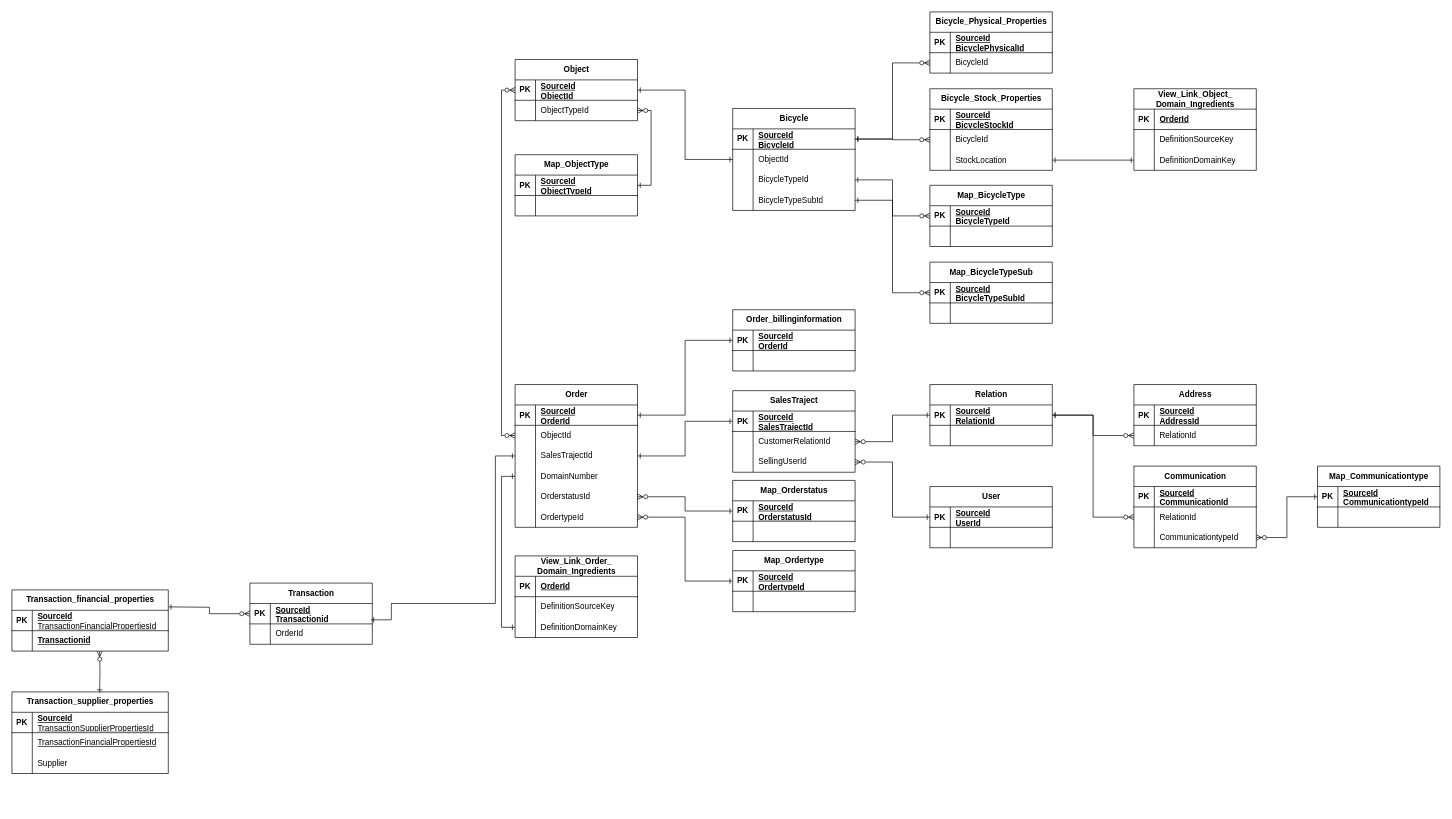
Earlier version of the draw.io diagram page "ERD transactielijst DWH" (1 of 2) of Diagram zonder titel.drawio (roxboers/starter-web). Source tidied: cells renumbered, new cells numbered last; positions are measured from the earlier drawing's top-left corner, leaving out a move shared by most shapes. Both pictures are drawn from the tidied source at 68%, with x=0, y=0 at pixel (12, 12).
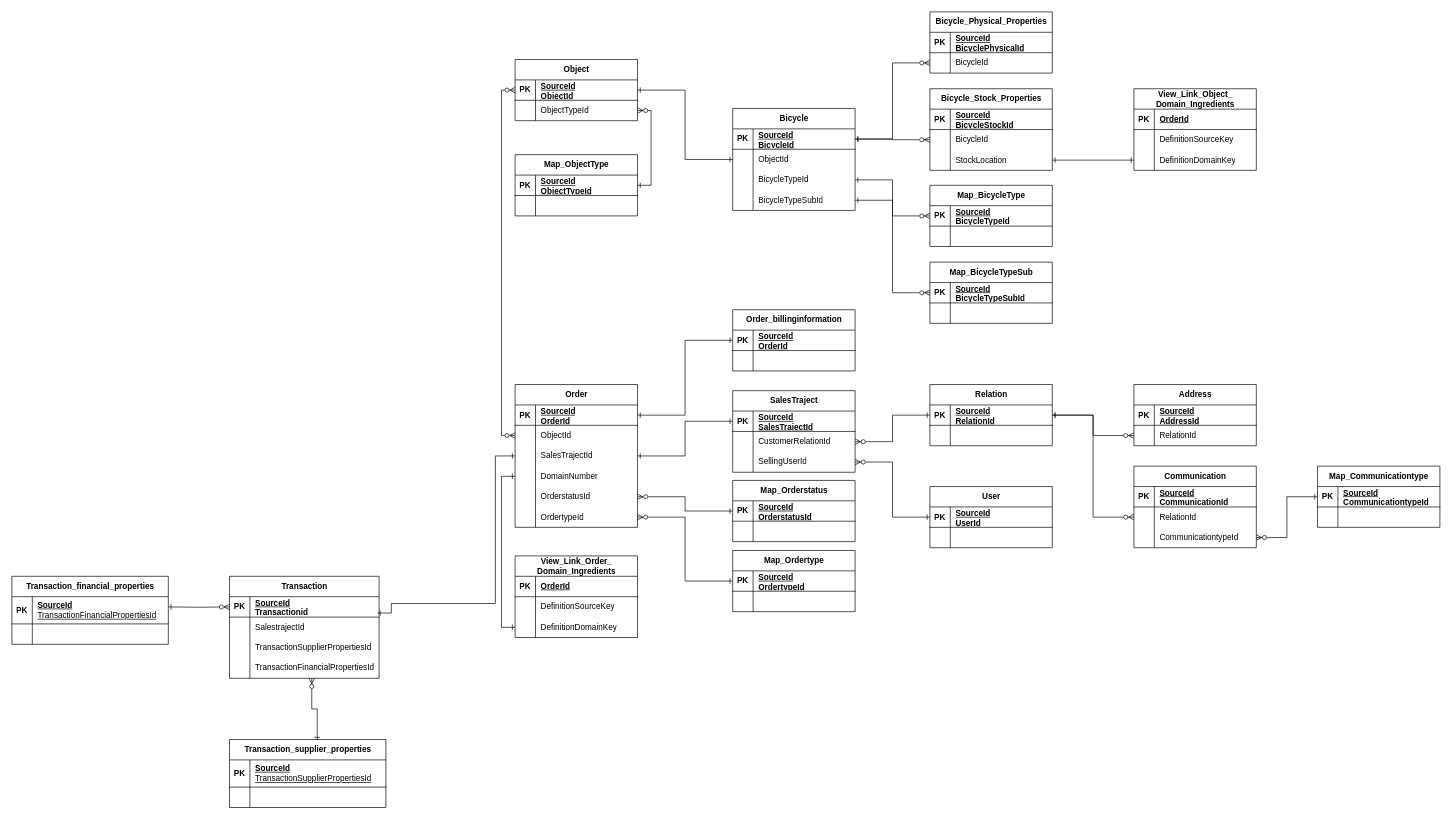
The same page after the edit.

What changed in the source:
```diff
@@
     <mxCell id="186" value="Transaction" style="shape=table;startSize=30;childLayout=tableLayout;rowLines=0;fontStyle=1;align=center;html=1;" parent="1" vertex="1">
-      <mxGeometry x="350" y="840" width="180" height="90" as="geometry" />
+      <mxGeometry x="320" y="830" width="220" height="150" as="geometry" />
     </mxCell>
     <mxCell id="187" style="shape=tableRow;horizontal=0;startSize=0;swimlaneHead=0;swimlaneBody=0;fillColor=none;points=[[0,0.5],[1,0.5]];portConstraint=eastwest;top=0;left=0;right=0;bottom=1;" parent="186" vertex="1">
-      <mxGeometry y="30" width="180" height="30" as="geometry" />
+      <mxGeometry y="30" width="220" height="30" as="geometry" />
     </mxCell>
@@
     <mxCell id="189" value="SourceId&lt;div&gt;&lt;span style=&quot;text-wrap: nowrap;&quot;&gt;Transactionid&lt;/span&gt;&lt;br&gt;&lt;/div&gt;" style="shape=partialRectangle;fillColor=none;top=0;left=0;bottom=0;right=0;align=left;spacingLeft=6;fontStyle=5;overflow=hidden;whiteSpace=wrap;html=1;" parent="187" vertex="1">
-      <mxGeometry x="30" width="150" height="30" as="geometry" />
+      <mxGeometry x="30" width="190" height="30" as="geometry" />
     </mxCell>
     <mxCell id="190" style="shape=tableRow;horizontal=0;startSize=0;swimlaneHead=0;swimlaneBody=0;fillColor=none;top=0;left=0;right=0;bottom=0;" parent="186" vertex="1">
-      <mxGeometry y="60" width="180" height="30" as="geometry" />
+      <mxGeometry y="60" width="220" height="30" as="geometry" />
     </mxCell>
@@
-    <mxCell id="192" value="&lt;span style=&quot;text-wrap: nowrap;&quot;&gt;OrderId&lt;/span&gt;" style="shape=partialRectangle;fillColor=none;top=0;left=0;bottom=0;right=0;align=left;spacingLeft=6;overflow=hidden;whiteSpace=wrap;html=1;" parent="190" vertex="1">
-      <mxGeometry x="30" width="150" height="30" as="geometry" />
+    <mxCell id="192" value="&lt;span style=&quot;text-wrap: nowrap;&quot;&gt;SalestrajectId&lt;/span&gt;" style="shape=partialRectangle;fillColor=none;top=0;left=0;bottom=0;right=0;align=left;spacingLeft=6;overflow=hidden;whiteSpace=wrap;html=1;" parent="190" vertex="1">
+      <mxGeometry x="30" width="190" height="30" as="geometry" />
     </mxCell>
+    <mxCell id="213" style="shape=tableRow;horizontal=0;startSize=0;swimlaneHead=0;swimlaneBody=0;fillColor=none;top=0;left=0;right=0;bottom=0;" parent="186" vertex="1">
+      <mxGeometry y="90" width="220" height="30" as="geometry" />
+    </mxCell>
+    <mxCell id="214" style="shape=partialRectangle;fillColor=none;top=0;left=0;bottom=0;right=0;overflow=hidden;whiteSpace=wrap;html=1;" parent="213" vertex="1">
+      <mxGeometry width="30" height="30" as="geometry" />
+    </mxCell>
+    <mxCell id="215" value="&lt;span style=&quot;text-wrap: nowrap;&quot;&gt;TransactionSupplierPropertiesId&lt;/span&gt;" style="shape=partialRectangle;fillColor=none;top=0;left=0;bottom=0;right=0;align=left;spacingLeft=6;overflow=hidden;whiteSpace=wrap;html=1;" parent="213" vertex="1">
+      <mxGeometry x="30" width="190" height="30" as="geometry" />
+    </mxCell>
+    <mxCell id="216" style="shape=tableRow;horizontal=0;startSize=0;swimlaneHead=0;swimlaneBody=0;fillColor=none;points=[[0,0.5],[1,0.5]];portConstraint=eastwest;top=0;left=0;right=0;bottom=0;" parent="186" vertex="1">
+      <mxGeometry y="120" width="220" height="30" as="geometry" />
+    </mxCell>
+    <mxCell id="217" style="shape=partialRectangle;fillColor=none;top=0;left=0;bottom=0;right=0;overflow=hidden;whiteSpace=wrap;html=1;" parent="216" vertex="1">
+      <mxGeometry width="30" height="30" as="geometry" />
+    </mxCell>
+    <mxCell id="201" value="&lt;span style=&quot;text-wrap: nowrap;&quot;&gt;TransactionFinancialPropertiesId&lt;/span&gt;" style="shape=partialRectangle;fillColor=none;top=0;left=0;bottom=0;right=0;align=left;spacingLeft=6;overflow=hidden;whiteSpace=wrap;html=1;" parent="216" vertex="1">
+      <mxGeometry x="30" width="190" height="30" as="geometry" />
+    </mxCell>
@@
     <mxCell id="195" value="Transaction_supplier_properties" style="shape=table;startSize=30;childLayout=tableLayout;rowLines=0;fontStyle=1;align=center;html=1;" parent="1" vertex="1">
-      <mxGeometry y="1000" width="230" height="120" as="geometry" />
+      <mxGeometry x="320" y="1070" width="230" height="100" as="geometry" />
     </mxCell>
     <mxCell id="196" style="shape=tableRow;horizontal=0;startSize=0;swimlaneHead=0;swimlaneBody=0;fillColor=none;top=0;left=0;right=0;bottom=1;" parent="195" vertex="1">
-      <mxGeometry y="30" width="230" height="30" as="geometry" />
+      <mxGeometry y="30" width="230" height="40" as="geometry" />
     </mxCell>
     <mxCell id="197" value="PK" style="shape=partialRectangle;fillColor=none;top=0;left=0;bottom=0;right=0;fontStyle=1;overflow=hidden;whiteSpace=wrap;html=1;" parent="196" vertex="1">
-      <mxGeometry width="30" height="30" as="geometry" />
+      <mxGeometry width="30" height="40" as="geometry" />
     </mxCell>
     <mxCell id="198" value="SourceId&lt;div&gt;&lt;span style=&quot;font-weight: 400;&quot;&gt;TransactionSupplierPropertiesId&lt;/span&gt;&lt;br&gt;&lt;/div&gt;" style="shape=partialRectangle;fillColor=none;top=0;left=0;bottom=0;right=0;align=left;spacingLeft=6;fontStyle=5;overflow=hidden;whiteSpace=wrap;html=1;" parent="196" vertex="1">
-      <mxGeometry x="30" width="200" height="30" as="geometry" />
+      <mxGeometry x="30" width="200" height="40" as="geometry" />
     </mxCell>
-    <mxCell id="199" style="shape=tableRow;horizontal=0;startSize=0;swimlaneHead=0;swimlaneBody=0;fillColor=none;top=0;left=0;right=0;bottom=0;" parent="195" vertex="1">
-      <mxGeometry y="60" width="230" height="30" as="geometry" />
-    </mxCell>
-    <mxCell id="200" style="shape=partialRectangle;fillColor=none;top=0;left=0;bottom=0;right=0;overflow=hidden;whiteSpace=wrap;html=1;" parent="199" vertex="1">
-      <mxGeometry width="30" height="30" as="geometry" />
-    </mxCell>
-    <mxCell id="201" value="&lt;span style=&quot;text-decoration-line: underline;&quot;&gt;TransactionFinancialPropertiesId&lt;/span&gt;" style="shape=partialRectangle;fillColor=none;top=0;left=0;bottom=0;right=0;align=left;spacingLeft=6;overflow=hidden;whiteSpace=wrap;html=1;" parent="199" vertex="1">
-      <mxGeometry x="30" width="200" height="30" as="geometry" />
-    </mxCell>
     <mxCell id="202" style="shape=tableRow;horizontal=0;startSize=0;swimlaneHead=0;swimlaneBody=0;fillColor=none;top=0;left=0;right=0;bottom=0;" parent="195" vertex="1">
-      <mxGeometry y="90" width="230" height="30" as="geometry" />
+      <mxGeometry y="70" width="230" height="30" as="geometry" />
     </mxCell>
@@
-    <mxCell id="204" value="Supplier" style="shape=partialRectangle;fillColor=none;top=0;left=0;bottom=0;right=0;align=left;spacingLeft=6;overflow=hidden;whiteSpace=wrap;html=1;" parent="202" vertex="1">
+    <mxCell id="204" style="shape=partialRectangle;fillColor=none;top=0;left=0;bottom=0;right=0;align=left;spacingLeft=6;overflow=hidden;whiteSpace=wrap;html=1;" parent="202" vertex="1">
       <mxGeometry x="30" width="200" height="30" as="geometry" />
     </mxCell>
     <mxCell id="205" value="Transaction_financial_properties" style="shape=table;startSize=30;childLayout=tableLayout;rowLines=0;fontStyle=1;align=center;html=1;" parent="1" vertex="1">
-      <mxGeometry y="850" width="230" height="90" as="geometry" />
+      <mxGeometry y="830" width="230" height="100" as="geometry" />
     </mxCell>
     <mxCell id="206" style="shape=tableRow;horizontal=0;startSize=0;swimlaneHead=0;swimlaneBody=0;fillColor=none;top=0;left=0;right=0;bottom=1;" parent="205" vertex="1">
-      <mxGeometry y="30" width="230" height="30" as="geometry" />
+      <mxGeometry y="30" width="230" height="40" as="geometry" />
     </mxCell>
     <mxCell id="207" value="PK" style="shape=partialRectangle;fillColor=none;top=0;left=0;bottom=0;right=0;fontStyle=1;overflow=hidden;whiteSpace=wrap;html=1;" parent="206" vertex="1">
-      <mxGeometry width="30" height="30" as="geometry" />
+      <mxGeometry width="30" height="40" as="geometry" />
     </mxCell>
     <mxCell id="208" value="SourceId&lt;div&gt;&lt;span style=&quot;font-weight: 400;&quot;&gt;TransactionFinancialPropertiesId&lt;/span&gt;&lt;br&gt;&lt;/div&gt;" style="shape=partialRectangle;fillColor=none;top=0;left=0;bottom=0;right=0;align=left;spacingLeft=6;fontStyle=5;overflow=hidden;whiteSpace=wrap;html=1;" parent="206" vertex="1">
-      <mxGeometry x="30" width="200" height="30" as="geometry" />
+      <mxGeometry x="30" width="200" height="40" as="geometry" />
     </mxCell>
-    <mxCell id="209" style="shape=tableRow;horizontal=0;startSize=0;swimlaneHead=0;swimlaneBody=0;fillColor=none;top=0;left=0;right=0;bottom=0;" parent="205" vertex="1">
-      <mxGeometry y="60" width="230" height="30" as="geometry" />
-    </mxCell>
-    <mxCell id="210" style="shape=partialRectangle;fillColor=none;top=0;left=0;bottom=0;right=0;overflow=hidden;whiteSpace=wrap;html=1;" parent="209" vertex="1">
-      <mxGeometry width="30" height="30" as="geometry" />
-    </mxCell>
-    <mxCell id="211" value="&lt;span style=&quot;font-weight: 700; text-wrap: nowrap; text-decoration-line: underline;&quot;&gt;Transactionid&lt;/span&gt;" style="shape=partialRectangle;fillColor=none;top=0;left=0;bottom=0;right=0;align=left;spacingLeft=6;overflow=hidden;whiteSpace=wrap;html=1;" parent="209" vertex="1">
-      <mxGeometry x="30" width="200" height="30" as="geometry" />
-    </mxCell>
+    <mxCell id="218" style="shape=tableRow;horizontal=0;startSize=0;swimlaneHead=0;swimlaneBody=0;fillColor=none;top=0;left=0;right=0;bottom=0;" parent="205" vertex="1">
+      <mxGeometry y="70" width="230" height="30" as="geometry" />
+    </mxCell>
+    <mxCell id="219" style="shape=partialRectangle;fillColor=none;top=0;left=0;bottom=0;right=0;overflow=hidden;whiteSpace=wrap;html=1;" parent="218" vertex="1">
+      <mxGeometry width="30" height="30" as="geometry" />
+    </mxCell>
+    <mxCell id="220" style="shape=partialRectangle;fillColor=none;top=0;left=0;bottom=0;right=0;align=left;spacingLeft=6;overflow=hidden;whiteSpace=wrap;html=1;" parent="218" vertex="1">
+      <mxGeometry x="30" width="200" height="30" as="geometry" />
+    </mxCell>
-    <mxCell id="212" style="edgeStyle=orthogonalEdgeStyle;rounded=0;jettySize=auto;html=1;entryX=0.561;entryY=0.008;entryDx=0;entryDy=0;endArrow=ERone;endFill=0;startArrow=ERzeroToMany;startFill=0;entryPerimeter=0;" parent="1" edge="1" target="195">
-      <mxGeometry relative="1" as="geometry">
-        <mxPoint x="129" y="940" as="sourcePoint" />
-      </mxGeometry>
+    <mxCell id="212" style="edgeStyle=orthogonalEdgeStyle;rounded=0;jettySize=auto;html=1;entryX=0.561;entryY=0.008;entryDx=0;entryDy=0;endArrow=ERone;endFill=0;startArrow=ERzeroToMany;startFill=0;entryPerimeter=0;exitX=0.55;exitY=1;exitDx=0;exitDy=0;exitPerimeter=0;" parent="1" edge="1" source="216" target="195">
+      <mxGeometry relative="1" as="geometry" />
     </mxCell>
```
